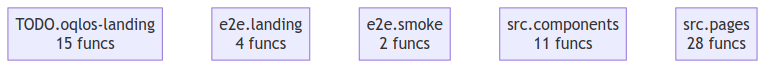
Before: project/compact_flow.png, a diagram exported from Mermaid (oqlos/www). Its source is kept beside it as project/compact_flow.mmd.
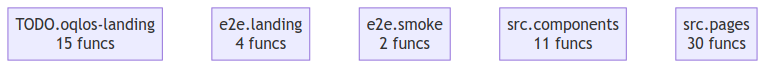
After the commit.

Change to the diagram source:
```diff
@@ -3,4 +3,4 @@
     e2e__landing["e2e.landing<br/>4 funcs"]
     e2e__smoke["e2e.smoke<br/>2 funcs"]
     src__components["src.components<br/>11 funcs"]
-    src__pages["src.pages<br/>28 funcs"]
+    src__pages["src.pages<br/>30 funcs"]
```
